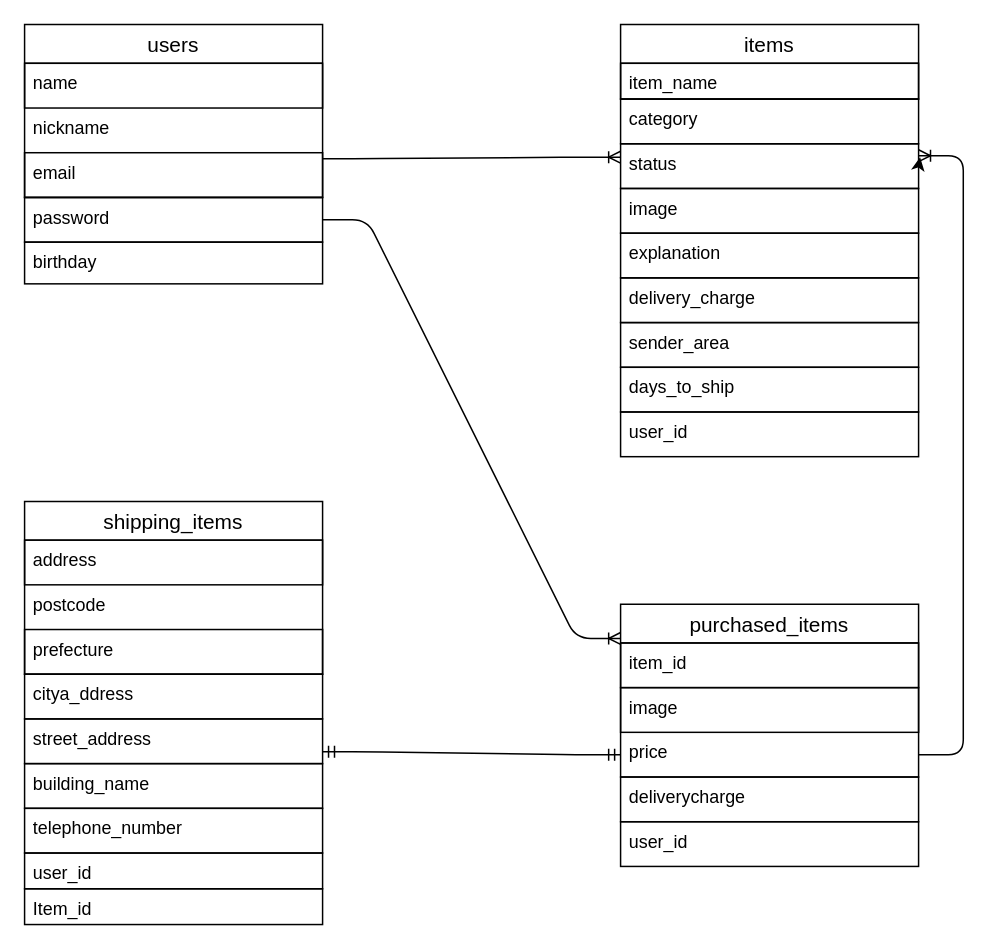
This is furima-39363.dio from Gitoru980299/furima-39363, a draw.io file, before an edit. Source tidied: cells renumbered, new cells numbered last; positions are measured from the earlier drawing's top-left corner, leaving out a move shared by most shapes. Both pictures are drawn from the tidied source at 149%, with x=0, y=0 at pixel (24, 24).
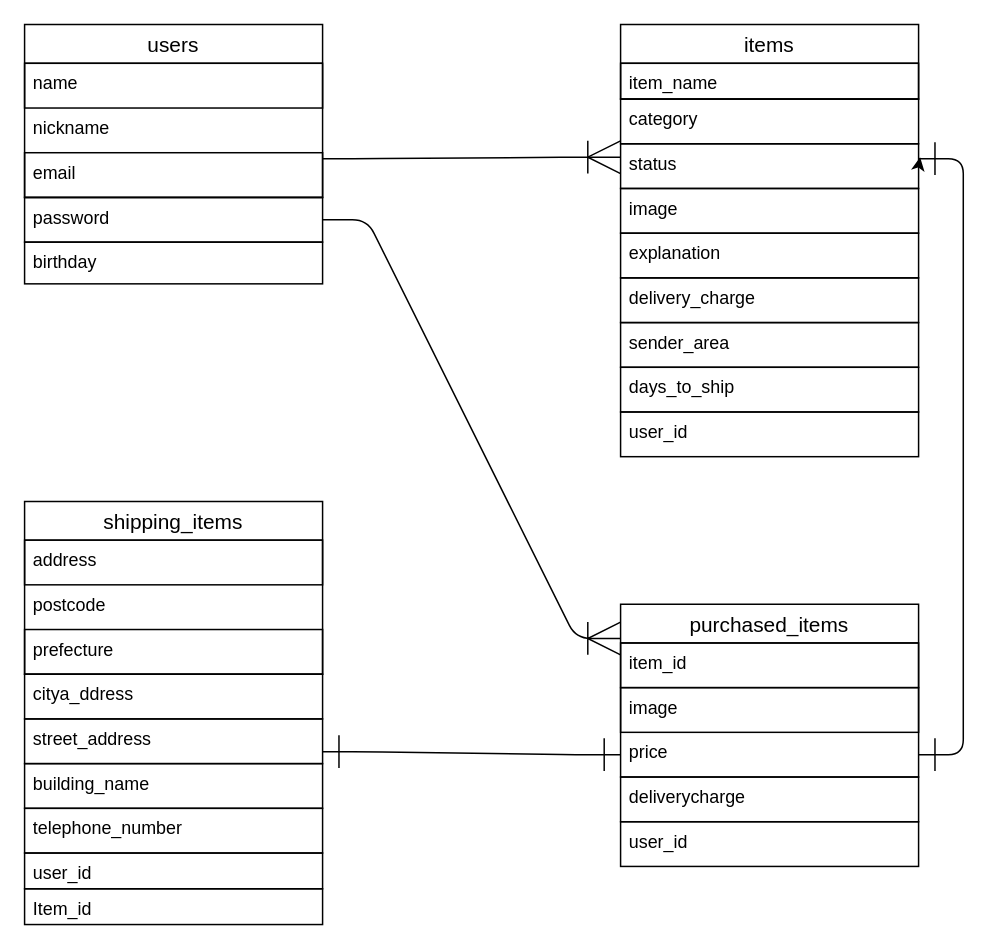
The same page after the edit.

Unchanged cells that the change refers to:
```xml
<mxCell id="6" value="status" style="text;strokeColor=default;fillColor=none;spacingLeft=4;spacingRight=4;overflow=hidden;points=[[0,0.5],[1,0.5]];portConstraint=eastwest;fontSize=12;" parent="1" vertex="1">
  <mxGeometry x="400" y="80" width="200" height="30" as="geometry" />
</mxCell>
<mxCell id="13" value="item_id" style="text;strokeColor=default;fillColor=none;spacingLeft=4;spacingRight=4;overflow=hidden;points=[[0,0.5],[1,0.5]];portConstraint=eastwest;fontSize=12;" parent="12" vertex="1">
  <mxGeometry y="26" width="200" height="30" as="geometry" />
</mxCell>
<mxCell id="15" value="price" style="text;strokeColor=none;fillColor=none;spacingLeft=4;spacingRight=4;overflow=hidden;points=[[0,0.5],[1,0.5]];portConstraint=eastwest;fontSize=12;" parent="12" vertex="1">
  <mxGeometry y="86" width="200" height="30" as="geometry" />
</mxCell>
<mxCell id="22" value="street_address" style="text;strokeColor=default;fillColor=none;spacingLeft=4;spacingRight=4;overflow=hidden;points=[[0,0.5],[1,0.5]];portConstraint=eastwest;fontSize=12;" parent="1" vertex="1">
  <mxGeometry y="466" width="200" height="30" as="geometry" />
</mxCell>
<mxCell id="29" value="password" style="text;strokeColor=default;fillColor=none;spacingLeft=4;spacingRight=4;overflow=hidden;points=[[0,0.5],[1,0.5]];portConstraint=eastwest;fontSize=12;" parent="1" vertex="1">
  <mxGeometry y="116" width="200" height="30" as="geometry" />
</mxCell>
```

Change to the diagram source:
```diff
@@
-    <mxCell id="30" style="edgeStyle=entityRelationEdgeStyle;fontSize=12;html=1;endArrow=ERoneToMany;entryX=0;entryY=0.3;entryDx=0;entryDy=0;entryPerimeter=0;" parent="1" edge="1" target="6">
+    <mxCell id="30" style="edgeStyle=entityRelationEdgeStyle;fontSize=12;html=1;endArrow=ERoneToMany;entryX=0;entryY=0.3;entryDx=0;entryDy=0;entryPerimeter=0;endFill=0;endSize=20;" parent="1" edge="1" target="6">
       <mxGeometry relative="1" as="geometry">
         <mxPoint x="200" y="90" as="sourcePoint" />
       </mxGeometry>
     </mxCell>
-    <mxCell id="31" style="edgeStyle=entityRelationEdgeStyle;fontSize=12;html=1;endArrow=ERoneToMany;entryX=1;entryY=0.267;entryDx=0;entryDy=0;entryPerimeter=0;exitX=1;exitY=0.5;exitDx=0;exitDy=0;" parent="1" edge="1" source="15" target="6">
-      <mxGeometry relative="1" as="geometry" />
-    </mxCell>
@@
-    <mxCell id="33" style="edgeStyle=entityRelationEdgeStyle;fontSize=12;html=1;endArrow=ERmandOne;startArrow=ERmandOne;entryX=0;entryY=0.5;entryDx=0;entryDy=0;exitX=1;exitY=0.733;exitDx=0;exitDy=0;exitPerimeter=0;" parent="1" edge="1" source="22" target="15">
+    <mxCell id="33" style="edgeStyle=entityRelationEdgeStyle;fontSize=12;html=1;endArrow=ERone;startArrow=ERone;entryX=0;entryY=0.5;entryDx=0;entryDy=0;exitX=1;exitY=0.733;exitDx=0;exitDy=0;exitPerimeter=0;endFill=0;startFill=0;endSize=20;startSize=20;" parent="1" edge="1" source="22" target="15">
       <mxGeometry relative="1" as="geometry" />
     </mxCell>
@@
-    <mxCell id="37" style="edgeStyle=entityRelationEdgeStyle;fontSize=12;html=1;endArrow=ERoneToMany;exitX=1;exitY=0.5;exitDx=0;exitDy=0;entryX=0;entryY=-0.1;entryDx=0;entryDy=0;entryPerimeter=0;" parent="1" edge="1" source="29" target="13">
+    <mxCell id="37" style="edgeStyle=entityRelationEdgeStyle;fontSize=12;html=1;endArrow=ERoneToMany;exitX=1;exitY=0.5;exitDx=0;exitDy=0;entryX=0;entryY=-0.1;entryDx=0;entryDy=0;entryPerimeter=0;endFill=0;endSize=20;" parent="1" edge="1" source="29" target="13">
       <mxGeometry relative="1" as="geometry" />
     </mxCell>
@@
+    <mxCell id="39" style="edgeStyle=entityRelationEdgeStyle;fontSize=12;html=1;endArrow=ERone;startArrow=ERone;entryX=1;entryY=0.5;entryDx=0;entryDy=0;endFill=0;strokeWidth=1;endSize=20;startSize=20;startFill=0;" parent="1" edge="1" target="15">
+      <mxGeometry relative="1" as="geometry">
+        <mxPoint x="600" y="90" as="sourcePoint" />
+      </mxGeometry>
+    </mxCell>
```
